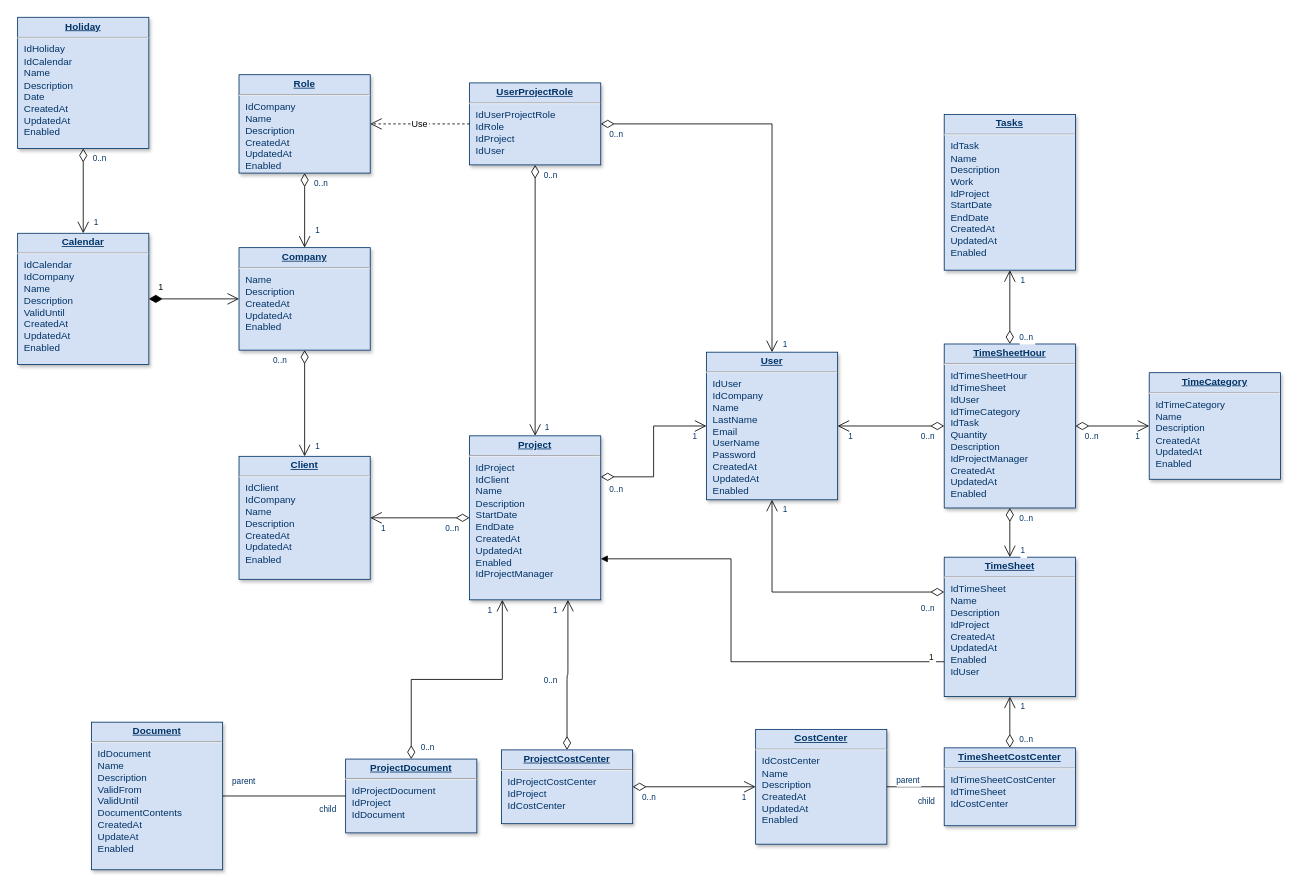
Before: Untitled Diagram.drawio in Roqak/yearbook, a draw.io diagram. Source tidied: cells renumbered, new cells numbered last; positions are measured from the earlier drawing's top-left corner, leaving out a move shared by most shapes. Both pictures are drawn from the tidied source at 82%, with x=0, y=0 at pixel (17, 17).
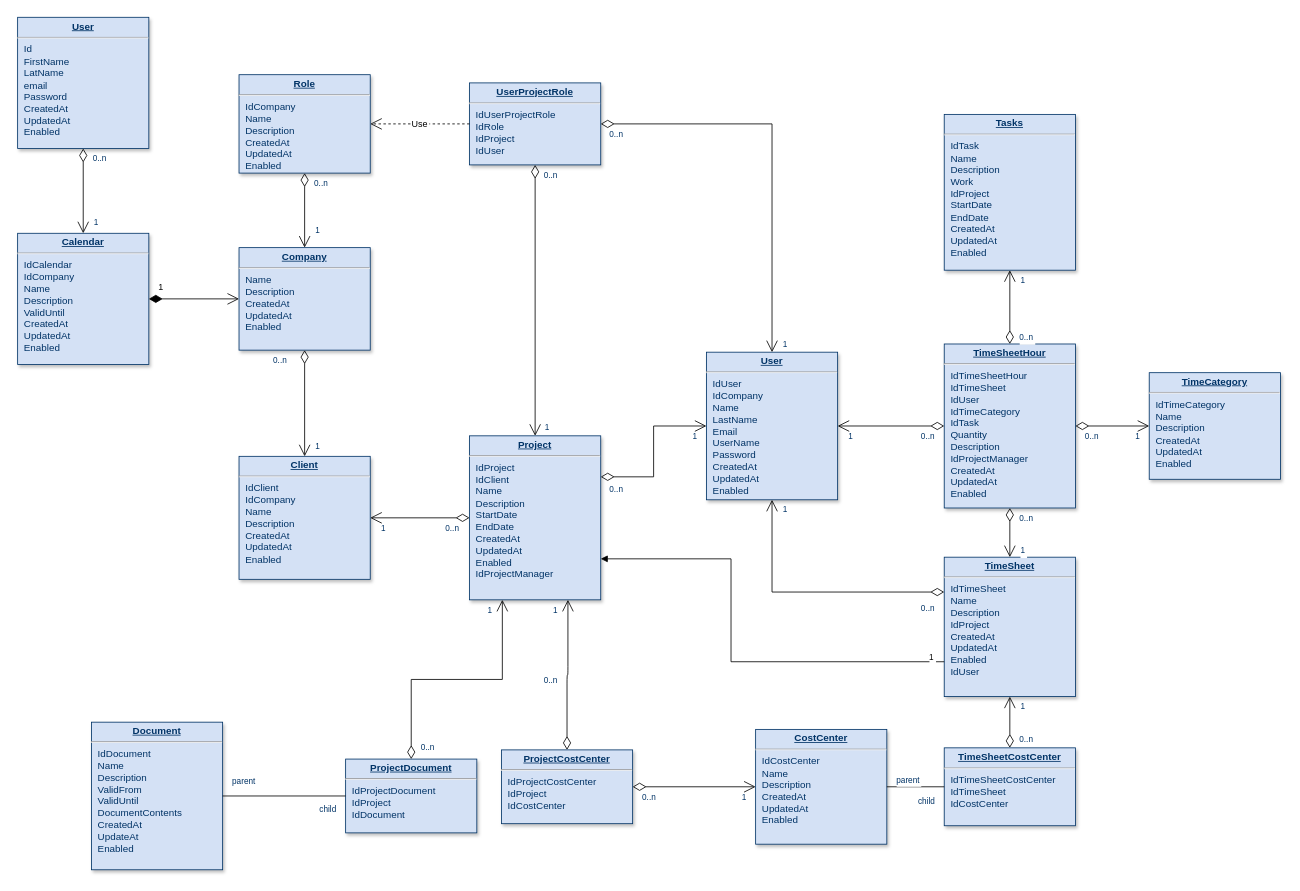
After the change.

Change to the diagram source:
```diff
@@
-    <mxCell id="8" value="&lt;p style=&quot;margin: 0px; margin-top: 4px; text-align: center; text-decoration: underline;&quot;&gt;&lt;strong&gt;Holiday&lt;/strong&gt;&lt;/p&gt;&lt;hr /&gt;&lt;p style=&quot;margin: 0px; margin-left: 8px;&quot;&gt;IdHoliday&lt;/p&gt;&lt;p style=&quot;margin: 0px; margin-left: 8px;&quot;&gt;IdCalendar&lt;/p&gt;&lt;p style=&quot;margin: 0px; margin-left: 8px;&quot;&gt;Name&lt;/p&gt;&lt;p style=&quot;margin: 0px; margin-left: 8px;&quot;&gt;Description&lt;/p&gt;&lt;p style=&quot;margin: 0px; margin-left: 8px;&quot;&gt;Date&lt;/p&gt;&lt;p style=&quot;margin: 0px; margin-left: 8px;&quot;&gt;CreatedAt&lt;/p&gt;&lt;p style=&quot;margin: 0px; margin-left: 8px;&quot;&gt;UpdatedAt&lt;/p&gt;&lt;p style=&quot;margin: 0px; margin-left: 8px;&quot;&gt;Enabled&lt;/p&gt;" style="verticalAlign=top;align=left;overflow=fill;fontSize=12;fontFamily=Helvetica;html=1;strokeColor=#003366;shadow=1;fillColor=#D4E1F5;fontColor=#003366;" parent="1" vertex="1">
+    <mxCell id="8" value="&lt;p style=&quot;margin: 0px ; margin-top: 4px ; text-align: center ; text-decoration: underline&quot;&gt;&lt;b&gt;User&lt;/b&gt;&lt;/p&gt;&lt;hr&gt;&lt;p style=&quot;margin: 0px ; margin-left: 8px&quot;&gt;Id&lt;/p&gt;&lt;p style=&quot;margin: 0px ; margin-left: 8px&quot;&gt;FirstName&lt;/p&gt;&lt;p style=&quot;margin: 0px ; margin-left: 8px&quot;&gt;LatName&lt;/p&gt;&lt;p style=&quot;margin: 0px ; margin-left: 8px&quot;&gt;email&lt;/p&gt;&lt;p style=&quot;margin: 0px ; margin-left: 8px&quot;&gt;Password&lt;/p&gt;&lt;p style=&quot;margin: 0px ; margin-left: 8px&quot;&gt;CreatedAt&lt;/p&gt;&lt;p style=&quot;margin: 0px ; margin-left: 8px&quot;&gt;UpdatedAt&lt;/p&gt;&lt;p style=&quot;margin: 0px ; margin-left: 8px&quot;&gt;Enabled&lt;/p&gt;" style="verticalAlign=top;align=left;overflow=fill;fontSize=12;fontFamily=Helvetica;html=1;strokeColor=#003366;shadow=1;fillColor=#D4E1F5;fontColor=#003366;" parent="1" vertex="1">
       <mxGeometry y="-0.4" width="160" height="160" as="geometry" />
     </mxCell>
```
